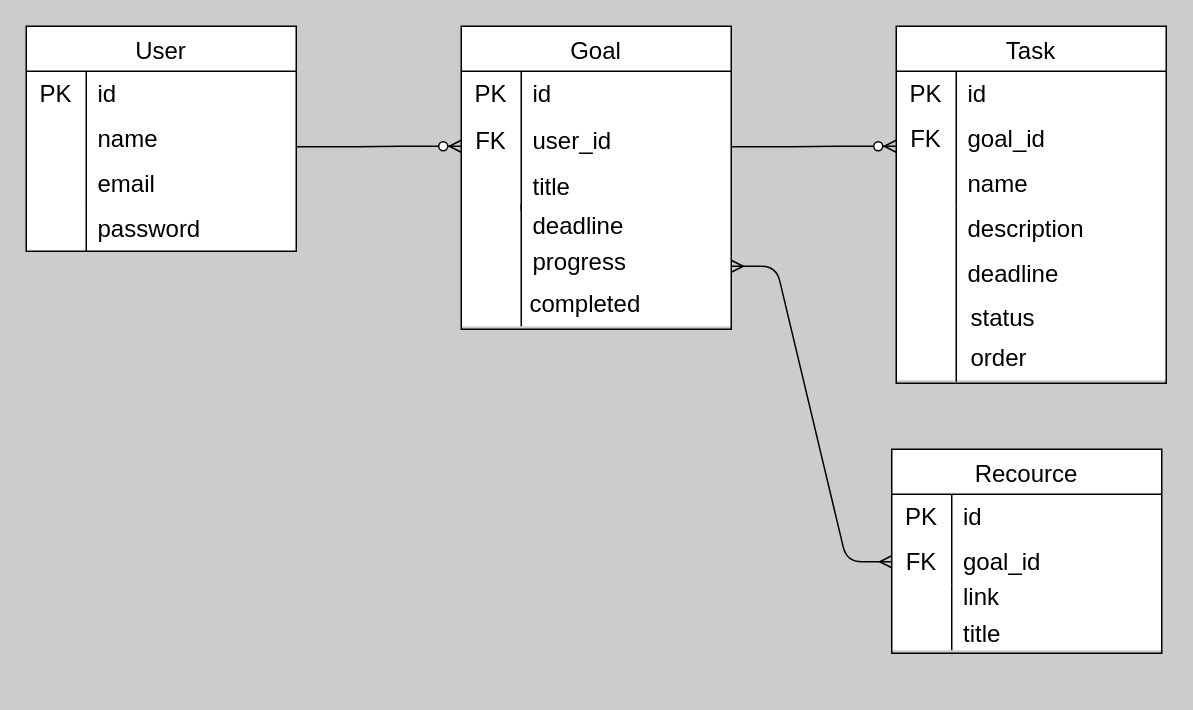
Above: taskall.dio in ShotaMihara/Taskall (draw.io), before the change. Source tidied: cells renumbered, new cells numbered last; positions are measured from the earlier drawing's top-left corner, leaving out a move shared by most shapes. Both pictures are drawn from the tidied source at 150%, with x=0, y=0 at pixel (26, 26).
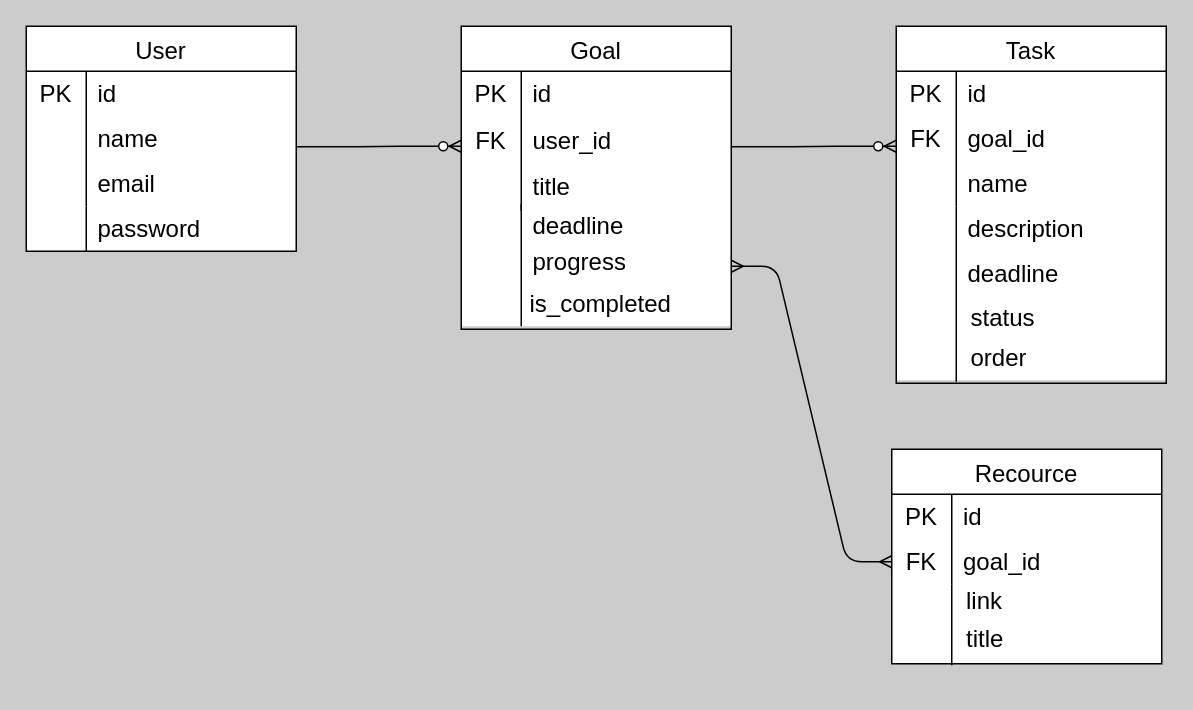
The same page after the edit.

What changed in the source:
```diff
@@
-    <mxCell id="49" value="completed" style="shape=partialRectangle;html=1;whiteSpace=wrap;fillColor=none;top=0;left=0;bottom=0;right=0;align=left;spacingLeft=6;overflow=hidden;strokeColor=inherit;fontSize=16;" parent="1" vertex="1">
+    <mxCell id="49" value="is_completed" style="shape=partialRectangle;html=1;whiteSpace=wrap;fillColor=none;top=0;left=0;bottom=0;right=0;align=left;spacingLeft=6;overflow=hidden;strokeColor=inherit;fontSize=16;" parent="1" vertex="1">
       <mxGeometry x="328" y="170" width="158" height="29.6" as="geometry" />
     </mxCell>
-    <mxCell id="50" style="group;" parent="1" vertex="1">
-      <mxGeometry x="577" y="282" width="180" height="156" as="geometry" />
-    </mxCell>
+    <mxCell id="62" value="order" style="shape=partialRectangle;html=1;whiteSpace=wrap;fillColor=none;top=0;left=0;bottom=0;right=0;align=left;spacingLeft=6;overflow=hidden;strokeColor=inherit;fontSize=16;" parent="1" vertex="1">
+      <mxGeometry x="622" y="206" width="130" height="30" as="geometry" />
+    </mxCell>
-    <mxCell id="51" style="group;fillColor=default;" parent="50" vertex="1">
-      <mxGeometry width="180" height="134" as="geometry" />
+    <mxCell id="51" style="group;fillColor=default;" parent="1" vertex="1">
+      <mxGeometry x="577" y="282" width="180" height="143" as="geometry" />
     </mxCell>
-    <mxCell id="52" value="Recource" style="shape=table;startSize=30;childLayout=tableLayout;rowLines=0;fontStyle=0;strokeColor=default;fontSize=16;fillColor=default;" parent="50" vertex="1">
-      <mxGeometry width="180" height="136" as="geometry" />
+    <mxCell id="52" value="Recource" style="shape=table;startSize=30;childLayout=tableLayout;rowLines=0;fontStyle=0;strokeColor=default;fontSize=16;fillColor=default;" parent="1" vertex="1">
+      <mxGeometry x="577" y="282" width="180" height="143" as="geometry" />
     </mxCell>
@@
-    <mxCell id="59" value="link" style="shape=partialRectangle;html=1;whiteSpace=wrap;fillColor=none;top=0;left=0;bottom=0;right=0;align=left;spacingLeft=6;overflow=hidden;strokeColor=default;fontSize=16;" parent="50" vertex="1">
-      <mxGeometry x="40" y="78" width="140" height="39" as="geometry" />
+    <mxCell id="59" value="link" style="shape=partialRectangle;html=1;whiteSpace=wrap;fillColor=none;top=0;left=0;bottom=0;right=0;align=left;spacingLeft=6;overflow=hidden;strokeColor=default;fontSize=16;" parent="1" vertex="1">
+      <mxGeometry x="619" y="363" width="140" height="39" as="geometry" />
     </mxCell>
-    <mxCell id="60" style="endArrow=none;html=1;" parent="50" edge="1">
+    <mxCell id="60" style="endArrow=none;html=1;" parent="1" edge="1">
       <mxGeometry relative="1" as="geometry">
-        <mxPoint x="40" y="90" as="sourcePoint" />
-        <mxPoint x="40" y="134" as="targetPoint" />
+        <mxPoint x="617" y="372" as="sourcePoint" />
+        <mxPoint x="617" y="426" as="targetPoint" />
       </mxGeometry>
     </mxCell>
-    <mxCell id="61" value="title" style="shape=partialRectangle;html=1;whiteSpace=wrap;fillColor=none;top=0;left=0;bottom=0;right=0;align=left;spacingLeft=6;overflow=hidden;strokeColor=default;fontSize=16;" parent="50" vertex="1">
-      <mxGeometry x="40" y="103" width="140" height="39" as="geometry" />
+    <mxCell id="61" value="title" style="shape=partialRectangle;html=1;whiteSpace=wrap;fillColor=none;top=0;left=0;bottom=0;right=0;align=left;spacingLeft=6;overflow=hidden;strokeColor=default;fontSize=16;" parent="1" vertex="1">
+      <mxGeometry x="619" y="388" width="140" height="39" as="geometry" />
     </mxCell>
-    <mxCell id="62" value="order" style="shape=partialRectangle;html=1;whiteSpace=wrap;fillColor=none;top=0;left=0;bottom=0;right=0;align=left;spacingLeft=6;overflow=hidden;strokeColor=inherit;fontSize=16;" parent="1" vertex="1">
-      <mxGeometry x="622" y="206" width="130" height="30" as="geometry" />
-    </mxCell>
```
